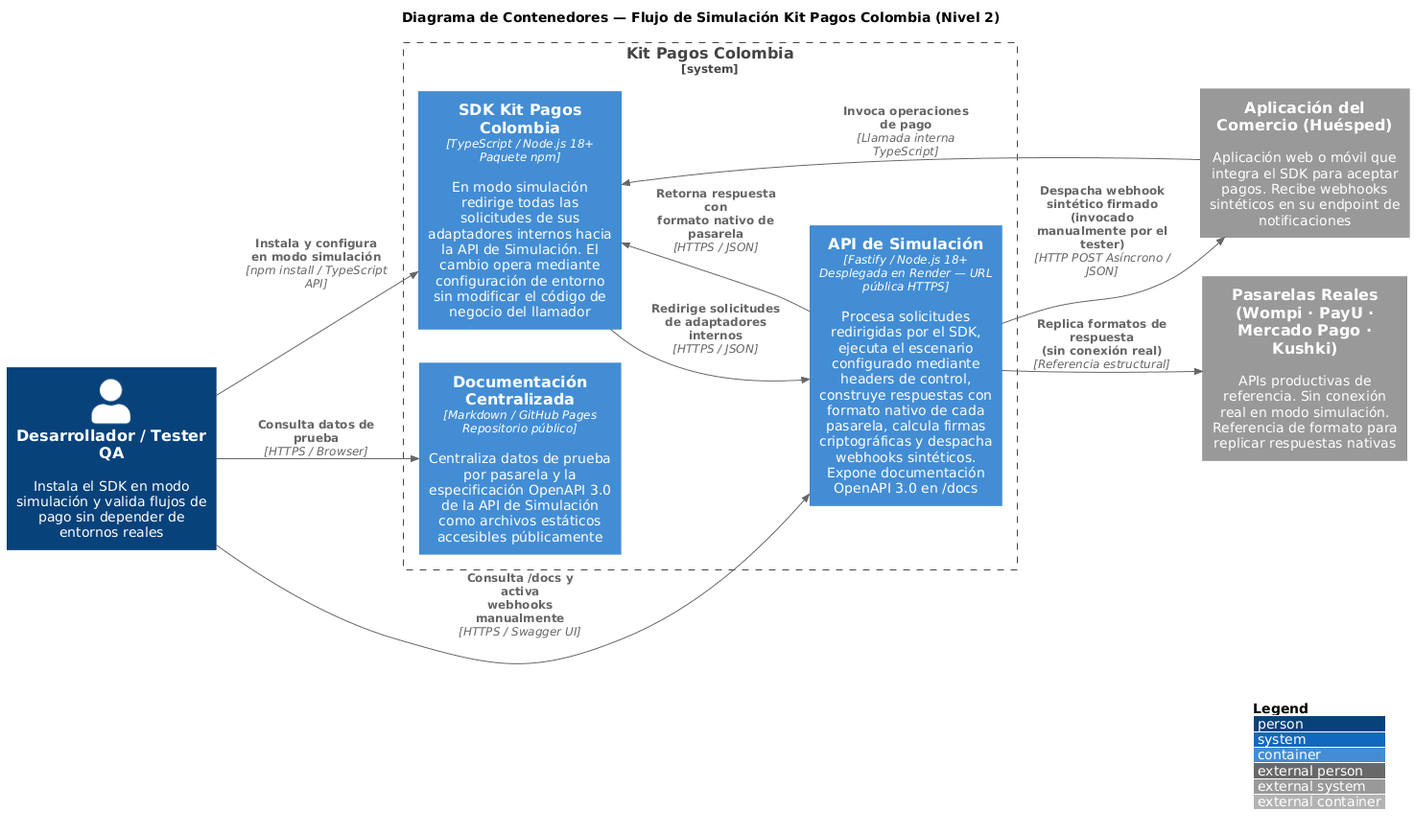
Earlier version of the PlantUML export docs/architecture/Simulador API/Container Diagram - C4.png (PurosBrothers/Kit-Pagos-Colombia---Tesis). Source of this version:
```plantuml
@startuml
!include https://raw.githubusercontent.com/plantuml-stdlib/C4-PlantUML/master/C4_Container.puml

LAYOUT_LEFT_RIGHT()
LAYOUT_WITH_LEGEND()

title Diagrama de Contenedores — Flujo de Simulación Kit Pagos Colombia (Nivel 2)

Person(dev_tester, "Desarrollador / Tester QA", "Instala el SDK en modo simulación y valida flujos de pago sin depender de entornos reales")

System_Ext(app_comercio, "Aplicación del Comercio (Huésped)", "Aplicación web o móvil que integra el SDK para aceptar pagos. Recibe webhooks sintéticos en su endpoint de notificaciones")

System_Ext(pasarelas_reales, "Pasarelas Reales\n(Wompi · PayU · Mercado Pago · Kushki)", "APIs productivas de referencia. Sin conexión real en modo simulación. Referencia de formato para replicar respuestas nativas")

System_Boundary(kit_pagos, "Kit Pagos Colombia") {

    Container(sdk, "SDK Kit Pagos Colombia", "TypeScript / Node.js 18+\nPaquete npm", "En modo simulación redirige todas las solicitudes de sus adaptadores internos hacia la API de Simulación. El cambio opera mediante configuración de entorno sin modificar el código de negocio del llamador")

    Container(api_sim, "API de Simulación", "Fastify / Node.js 18+\nDesplegada en Render — URL pública HTTPS", "Procesa solicitudes redirigidas por el SDK, ejecuta el escenario configurado mediante headers de control, construye respuestas con formato nativo de cada pasarela, calcula firmas criptográficas y despacha webhooks sintéticos. Expone documentación OpenAPI 3.0 en /docs")

    Container(docs, "Documentación Centralizada", "Markdown / GitHub Pages\nRepositorio público", "Centraliza datos de prueba por pasarela y la especificación OpenAPI 3.0 de la API de Simulación como archivos estáticos accesibles públicamente")

}

Rel(dev_tester, sdk, "Instala y configura\nen modo simulación", "npm install / TypeScript API")
Rel(dev_tester, api_sim, "Consulta /docs y activa\nwebhooks manualmente", "HTTPS / Swagger UI")
Rel(dev_tester, docs, "Consulta datos de prueba", "HTTPS / Browser")

Rel(app_comercio, sdk, "Invoca operaciones de pago", "Llamada interna TypeScript")
Rel(sdk, api_sim, "Redirige solicitudes\nde adaptadores internos", "HTTPS / JSON")

Rel_Back(sdk, api_sim, "Retorna respuesta con\nformato nativo de pasarela", "HTTPS / JSON")

Rel(api_sim, app_comercio, "Despacha webhook sintético firmado\n(invocado manualmente por el tester)", "HTTP POST Asíncrono / JSON")

Rel(api_sim, pasarelas_reales, "Replica formatos de respuesta\n(sin conexión real)", "Referencia estructural")
@enduml
```
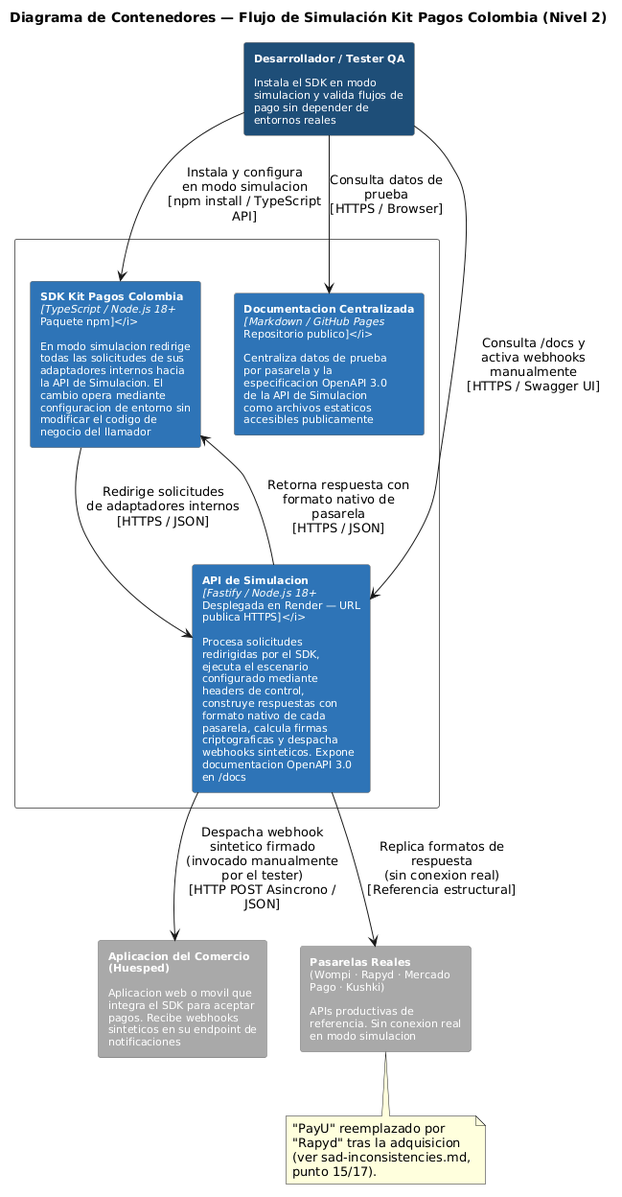
After the commit.

Change to the diagram source:
```diff
@@ -1,37 +1,36 @@
 @startuml
-!include https://raw.githubusercontent.com/plantuml-stdlib/C4-PlantUML/master/C4_Container.puml
-
-LAYOUT_LEFT_RIGHT()
-LAYOUT_WITH_LEGEND()
-
 title Diagrama de Contenedores — Flujo de Simulación Kit Pagos Colombia (Nivel 2)
-
-Person(dev_tester, "Desarrollador / Tester QA", "Instala el SDK en modo simulación y valida flujos de pago sin depender de entornos reales")
-
-System_Ext(app_comercio, "Aplicación del Comercio (Huésped)", "Aplicación web o móvil que integra el SDK para aceptar pagos. Recibe webhooks sintéticos en su endpoint de notificaciones")
-
-System_Ext(pasarelas_reales, "Pasarelas Reales\n(Wompi · PayU · Mercado Pago · Kushki)", "APIs productivas de referencia. Sin conexión real en modo simulación. Referencia de formato para replicar respuestas nativas")
-
-System_Boundary(kit_pagos, "Kit Pagos Colombia") {
-
-    Container(sdk, "SDK Kit Pagos Colombia", "TypeScript / Node.js 18+\nPaquete npm", "En modo simulación redirige todas las solicitudes de sus adaptadores internos hacia la API de Simulación. El cambio opera mediante configuración de entorno sin modificar el código de negocio del llamador")
-
-    Container(api_sim, "API de Simulación", "Fastify / Node.js 18+\nDesplegada en Render — URL pública HTTPS", "Procesa solicitudes redirigidas por el SDK, ejecuta el escenario configurado mediante headers de control, construye respuestas con formato nativo de cada pasarela, calcula firmas criptográficas y despacha webhooks sintéticos. Expone documentación OpenAPI 3.0 en /docs")
-
-    Container(docs, "Documentación Centralizada", "Markdown / GitHub Pages\nRepositorio público", "Centraliza datos de prueba por pasarela y la especificación OpenAPI 3.0 de la API de Simulación como archivos estáticos accesibles públicamente")
-
+skinparam backgroundColor white
+skinparam rectangleFontSize 11
+skinparam wrapWidth 190
+skinparam rectangle {
+  BorderColor #666666
+  ArrowColor #666666
+  FontColor white
 }
 
-Rel(dev_tester, sdk, "Instala y configura\nen modo simulación", "npm install / TypeScript API")
-Rel(dev_tester, api_sim, "Consulta /docs y activa\nwebhooks manualmente", "HTTPS / Swagger UI")
-Rel(dev_tester, docs, "Consulta datos de prueba", "HTTPS / Browser")
+rectangle "**Desarrollador / Tester QA**\n\nInstala el SDK en modo\nsimulacion y valida flujos de\npago sin depender de\nentornos reales" as Dev #1F4E79
 
-Rel(app_comercio, sdk, "Invoca operaciones de pago", "Llamada interna TypeScript")
-Rel(sdk, api_sim, "Redirige solicitudes\nde adaptadores internos", "HTTPS / JSON")
+rectangle "Kit Pagos Colombia\n[system]" as System #FFFFFF {
+  rectangle "**SDK Kit Pagos Colombia**\n<i>[TypeScript / Node.js 18+\nPaquete npm]</i>\n\nEn modo simulacion redirige\ntodas las solicitudes de sus\nadaptadores internos hacia\nla API de Simulacion. El\ncambio opera mediante\nconfiguracion de entorno sin\nmodificar el codigo de\nnegocio del llamador" as SDK #2E75B6
+  rectangle "**Documentacion Centralizada**\n<i>[Markdown / GitHub Pages\nRepositorio publico]</i>\n\nCentraliza datos de prueba\npor pasarela y la\nespecificacion OpenAPI 3.0\nde la API de Simulacion\ncomo archivos estaticos\naccesibles publicamente" as Docs #2E75B6
+  rectangle "**API de Simulacion**\n<i>[Fastify / Node.js 18+\nDesplegada en Render — URL\npublica HTTPS]</i>\n\nProcesa solicitudes\nredirigidas por el SDK,\nejecuta el escenario\nconfigurado mediante\nheaders de control,\nconstruye respuestas con\nformato nativo de cada\npasarela, calcula firmas\ncriptograficas y despacha\nwebhooks sinteticos. Expone\ndocumentacion OpenAPI 3.0\nen /docs" as SimAPI #2E75B6
+}
 
-Rel_Back(sdk, api_sim, "Retorna respuesta con\nformato nativo de pasarela", "HTTPS / JSON")
+rectangle "**Aplicacion del Comercio (Huesped)**\n\nAplicacion web o movil que\nintegra el SDK para aceptar\npagos. Recibe webhooks\nsinteticos en su endpoint de\nnotificaciones" as Comercio #A9A9A9
+rectangle "**Pasarelas Reales**\n(Wompi · Rapyd · Mercado\nPago · Kushki)\n\nAPIs productivas de\nreferencia. Sin conexion real\nen modo simulacion" as Pasarelas #A9A9A9
 
-Rel(api_sim, app_comercio, "Despacha webhook sintético firmado\n(invocado manualmente por el tester)", "HTTP POST Asíncrono / JSON")
+Dev --> SDK : Instala y configura\nen modo simulacion\n[npm install / TypeScript\nAPI]
+Dev --> Docs : Consulta datos de\nprueba\n[HTTPS / Browser]
+Dev --> SimAPI : Consulta /docs y\nactiva webhooks\nmanualmente\n[HTTPS / Swagger UI]
 
-Rel(api_sim, pasarelas_reales, "Replica formatos de respuesta\n(sin conexión real)", "Referencia estructural")
+SDK --> SimAPI : Redirige solicitudes\nde adaptadores internos\n[HTTPS / JSON]
+SimAPI --> SDK : Retorna respuesta con\nformato nativo de\npasarela\n[HTTPS / JSON]
+SimAPI --> Comercio : Despacha webhook\nsintetico firmado\n(invocado manualmente\npor el tester)\n[HTTP POST Asincrono /\nJSON]
+SimAPI --> Pasarelas : Replica formatos de\nrespuesta\n(sin conexion real)\n[Referencia estructural]
+
+note bottom of Pasarelas
+  "PayU" reemplazado por "Rapyd" tras la adquisicion
+  (ver sad-inconsistencies.md, punto 15/17).
+end note
 @enduml
```
